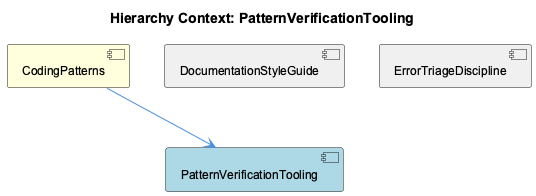
fwornle/coding keeps this PlantUML diagram as knowledge-management/insights/images/pattern-verification-tooling-relationship.png. Above is the earlier version.
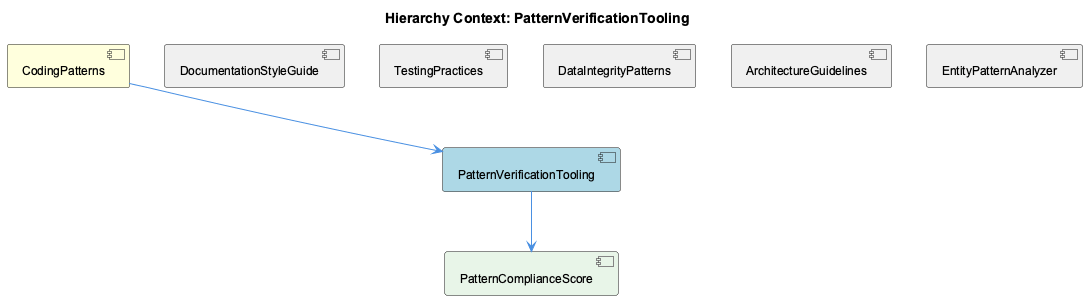
Later version of the same file.

What changed in the source:
```diff
@@ -6,10 +6,18 @@
 [CodingPatterns] as coding_patterns #FFFFDD
 [PatternVerificationTooling] as pattern_verification_tooling #LightBlue
 [DocumentationStyleGuide] as documentation_style_guide #F0F0F0
-[ErrorTriageDiscipline] as error_triage_discipline #F0F0F0
+[TestingPractices] as testing_practices #F0F0F0
+[DataIntegrityPatterns] as data_integrity_patterns #F0F0F0
+[ArchitectureGuidelines] as architecture_guidelines #F0F0F0
+[EntityPatternAnalyzer] as entity_pattern_analyzer #F0F0F0
+[PatternComplianceScore] as pattern_compliance_score #E8F5E8
 
 coding_patterns --> pattern_verification_tooling
 documentation_style_guide -[hidden]- pattern_verification_tooling
-error_triage_discipline -[hidden]- pattern_verification_tooling
+testing_practices -[hidden]- pattern_verification_tooling
+data_integrity_patterns -[hidden]- pattern_verification_tooling
+architecture_guidelines -[hidden]- pattern_verification_tooling
+entity_pattern_analyzer -[hidden]- pattern_verification_tooling
+pattern_verification_tooling --> pattern_compliance_score
 
 @enduml
```
